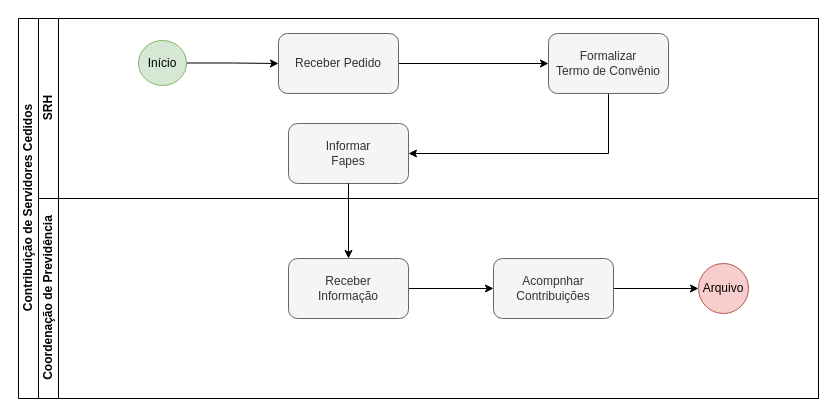
Before: CobrancaServidorCedido.drawio in Ramaniks/fluxogramas-toledoprev, a draw.io diagram. Source tidied: cells renumbered, new cells numbered last; positions are measured from the earlier drawing's top-left corner, leaving out a move shared by most shapes. Both pictures are drawn from the tidied source at 100%, with x=0, y=0 at pixel (18, 18).
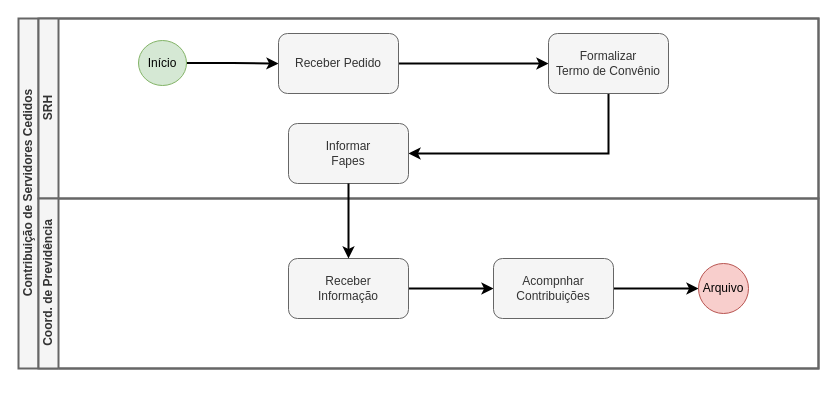
After the change.

What changed in the source:
```diff
@@
 <mxGraphModel>
   <root>
     <mxCell id="0" />
     <mxCell id="1" parent="0" />
-    <mxCell id="2" value="Contribuição de Servidores Cedidos" style="swimlane;horizontal=0;startSize=20;html=1;strokeWidth=1;" parent="1" vertex="1">
-      <mxGeometry width="800" height="380" as="geometry" />
+    <mxCell id="2" value="Contribuição de Servidores Cedidos" style="swimlane;horizontal=0;startSize=20;html=1;strokeWidth=2;fillColor=#f5f5f5;fontColor=#333333;strokeColor=#666666;" parent="1" vertex="1">
+      <mxGeometry width="800" height="350" as="geometry" />
     </mxCell>
-    <mxCell id="3" value="SRH" style="swimlane;startSize=20;horizontal=0;html=1;strokeWidth=1;" parent="2" vertex="1">
+    <mxCell id="3" value="SRH" style="swimlane;startSize=20;horizontal=0;html=1;strokeWidth=2;fillColor=#f5f5f5;fontColor=#333333;strokeColor=#666666;" parent="2" vertex="1">
       <mxGeometry x="20" width="780" height="180" as="geometry" />
     </mxCell>
-    <mxCell id="4" style="edgeStyle=orthogonalEdgeStyle;rounded=0;jettySize=auto;html=1;" parent="3" edge="1" source="5" target="7">
+    <mxCell id="4" style="edgeStyle=orthogonalEdgeStyle;rounded=0;jettySize=auto;html=1;strokeWidth=2;" parent="3" edge="1" source="5" target="7">
       <mxGeometry relative="1" as="geometry" />
     </mxCell>
     <mxCell id="5" value="Início" style="ellipse;whiteSpace=wrap;html=1;fillColor=#d5e8d4;strokeColor=#82b366;" parent="3" vertex="1">
       <mxGeometry x="100" y="22" width="48" height="45" as="geometry" />
     </mxCell>
-    <mxCell id="6" style="edgeStyle=orthogonalEdgeStyle;rounded=0;jettySize=auto;html=1;entryX=0;entryY=0.5;entryDx=0;entryDy=0;" parent="3" edge="1" source="7" target="9">
+    <mxCell id="6" style="edgeStyle=orthogonalEdgeStyle;rounded=0;jettySize=auto;html=1;entryX=0;entryY=0.5;entryDx=0;entryDy=0;strokeWidth=2;" parent="3" edge="1" source="7" target="9">
       <mxGeometry relative="1" as="geometry" />
     </mxCell>
     <mxCell id="7" value="Receber Pedido" style="rounded=1;whiteSpace=wrap;html=1;fillColor=#f5f5f5;fontColor=#333333;strokeColor=#666666;" parent="3" vertex="1">
       <mxGeometry x="240" y="15" width="120" height="60" as="geometry" />
     </mxCell>
-    <mxCell id="8" style="edgeStyle=orthogonalEdgeStyle;rounded=0;jettySize=auto;html=1;entryX=1;entryY=0.5;entryDx=0;entryDy=0;exitX=0.5;exitY=1;exitDx=0;exitDy=0;" parent="3" edge="1" source="9" target="10">
+    <mxCell id="8" style="edgeStyle=orthogonalEdgeStyle;rounded=0;jettySize=auto;html=1;entryX=1;entryY=0.5;entryDx=0;entryDy=0;exitX=0.5;exitY=1;exitDx=0;exitDy=0;strokeWidth=2;" parent="3" edge="1" source="9" target="10">
       <mxGeometry relative="1" as="geometry" />
     </mxCell>
     <mxCell id="9" value="Formalizar&lt;br style=&quot;border-color: var(--border-color);&quot;&gt;Termo de Convênio" style="rounded=1;whiteSpace=wrap;html=1;fillColor=#f5f5f5;fontColor=#333333;strokeColor=#666666;" parent="3" vertex="1">
       <mxGeometry x="510" y="15" width="120" height="60" as="geometry" />
     </mxCell>
     <mxCell id="10" value="Informar&lt;br style=&quot;border-color: var(--border-color);&quot;&gt;Fapes" style="rounded=1;whiteSpace=wrap;html=1;fillColor=#f5f5f5;fontColor=#333333;strokeColor=#666666;" parent="3" vertex="1">
       <mxGeometry x="250" y="105" width="120" height="60" as="geometry" />
     </mxCell>
-    <mxCell id="11" value="Coordenação de Previdência" style="swimlane;startSize=20;horizontal=0;html=1;" parent="2" vertex="1">
-      <mxGeometry x="20" y="180" width="780" height="200" as="geometry" />
+    <mxCell id="11" value="Coord. de Previdência" style="swimlane;startSize=20;horizontal=0;html=1;strokeWidth=2;fillColor=#f5f5f5;fontColor=#333333;strokeColor=#666666;" parent="2" vertex="1">
+      <mxGeometry x="20" y="180" width="780" height="170" as="geometry" />
     </mxCell>
     <mxCell id="12" value="Arquivo" style="ellipse;whiteSpace=wrap;html=1;fillColor=#f8cecc;strokeColor=#b85450;" parent="11" vertex="1">
       <mxGeometry x="660" y="65" width="50" height="50" as="geometry" />
     </mxCell>
-    <mxCell id="13" style="edgeStyle=orthogonalEdgeStyle;rounded=0;jettySize=auto;html=1;entryX=0;entryY=0.5;entryDx=0;entryDy=0;" parent="11" edge="1" source="14" target="16">
+    <mxCell id="13" style="edgeStyle=orthogonalEdgeStyle;rounded=0;jettySize=auto;html=1;entryX=0;entryY=0.5;entryDx=0;entryDy=0;strokeWidth=2;" parent="11" edge="1" source="14" target="16">
       <mxGeometry relative="1" as="geometry" />
     </mxCell>
     <mxCell id="14" value="Receber&lt;br style=&quot;border-color: var(--border-color);&quot;&gt;Informação" style="rounded=1;whiteSpace=wrap;html=1;fillColor=#f5f5f5;fontColor=#333333;strokeColor=#666666;" parent="11" vertex="1">
       <mxGeometry x="250" y="60" width="120" height="60" as="geometry" />
     </mxCell>
-    <mxCell id="15" style="edgeStyle=orthogonalEdgeStyle;rounded=0;jettySize=auto;html=1;" parent="11" edge="1" source="16" target="12">
+    <mxCell id="15" style="edgeStyle=orthogonalEdgeStyle;rounded=0;jettySize=auto;html=1;strokeWidth=2;" parent="11" edge="1" source="16" target="12">
       <mxGeometry relative="1" as="geometry" />
     </mxCell>
     <mxCell id="16" value="Acompnhar&lt;br style=&quot;border-color: var(--border-color);&quot;&gt;Contribuições" style="rounded=1;whiteSpace=wrap;html=1;fillColor=#f5f5f5;fontColor=#333333;strokeColor=#666666;" parent="11" vertex="1">
       <mxGeometry x="455" y="60" width="120" height="60" as="geometry" />
     </mxCell>
-    <mxCell id="17" style="edgeStyle=orthogonalEdgeStyle;rounded=0;jettySize=auto;html=1;entryX=0.5;entryY=0;entryDx=0;entryDy=0;" parent="2" edge="1" source="10" target="14">
+    <mxCell id="17" style="edgeStyle=orthogonalEdgeStyle;rounded=0;jettySize=auto;html=1;entryX=0.5;entryY=0;entryDx=0;entryDy=0;strokeWidth=2;" parent="2" edge="1" source="10" target="14">
       <mxGeometry relative="1" as="geometry" />
     </mxCell>
   </root>
 </mxGraphModel>
```
